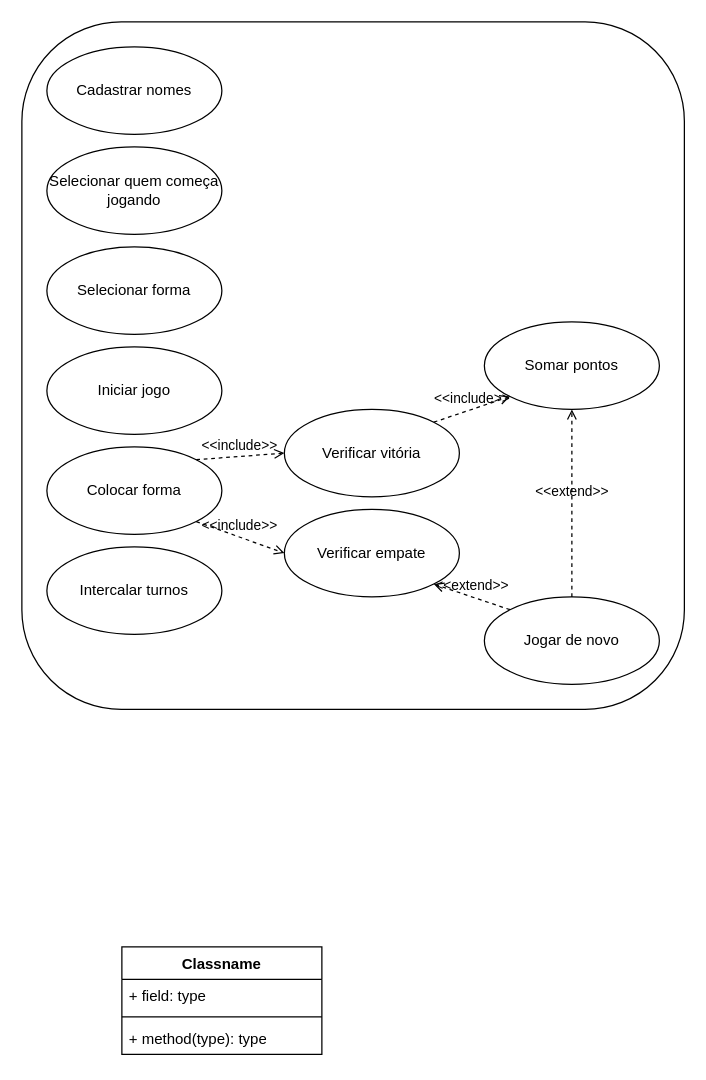
This is Diagrama de casos de uso.drawio from DEV-0ne-Jao/Jogo-da-Velha, a draw.io file, before an edit. Source tidied: cells renumbered, new cells numbered last; positions are measured from the earlier drawing's top-left corner, leaving out a move shared by most shapes. Both pictures are drawn from the tidied source at 125%, with x=0, y=0 at pixel (21, 21).
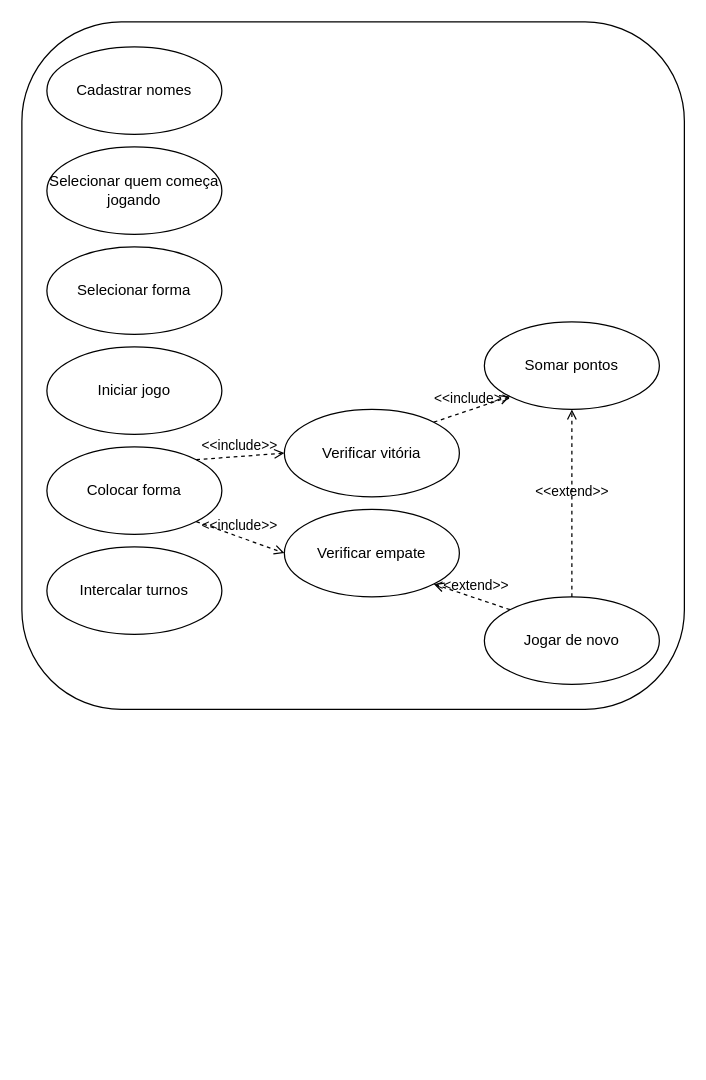
The same page after the edit.

The edit, as a diff of the source:
```diff
@@
-    <mxCell id="18" value="Classname" style="swimlane;fontStyle=1;align=center;verticalAlign=top;horizontal=1;startSize=26;whiteSpace=wrap;html=1;" parent="1" vertex="1">
-      <mxGeometry x="80" y="740" width="160" height="86" as="geometry" />
-    </mxCell>
-    <mxCell id="19" value="+ field: type" style="text;strokeColor=none;fillColor=none;align=left;verticalAlign=top;spacingLeft=4;spacingRight=4;overflow=hidden;whiteSpace=wrap;html=1;" parent="18" vertex="1">
-      <mxGeometry y="26" width="160" height="26" as="geometry" />
-    </mxCell>
-    <mxCell id="20" style="line;strokeWidth=1;fillColor=none;align=left;verticalAlign=middle;spacingTop=-1;spacingLeft=3;spacingRight=3;labelPosition=right;strokeColor=inherit;" parent="18" vertex="1">
-      <mxGeometry y="52" width="160" height="8" as="geometry" />
-    </mxCell>
-    <mxCell id="21" value="+ method(type): type" style="text;strokeColor=none;fillColor=none;align=left;verticalAlign=top;spacingLeft=4;spacingRight=4;overflow=hidden;whiteSpace=wrap;html=1;" parent="18" vertex="1">
-      <mxGeometry y="60" width="160" height="26" as="geometry" />
-    </mxCell>
```
